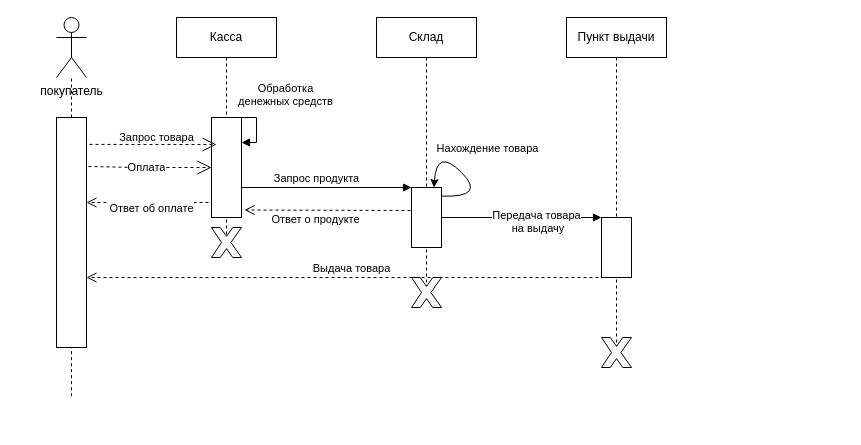
Above: pract3.drawio in Barbariks/ACMS (draw.io), before the change. Source tidied: cells renumbered, new cells numbered last; positions are measured from the earlier drawing's top-left corner, leaving out a move shared by most shapes. Both pictures are drawn from the tidied source at 100%, with x=0, y=0 at pixel (56, 17).
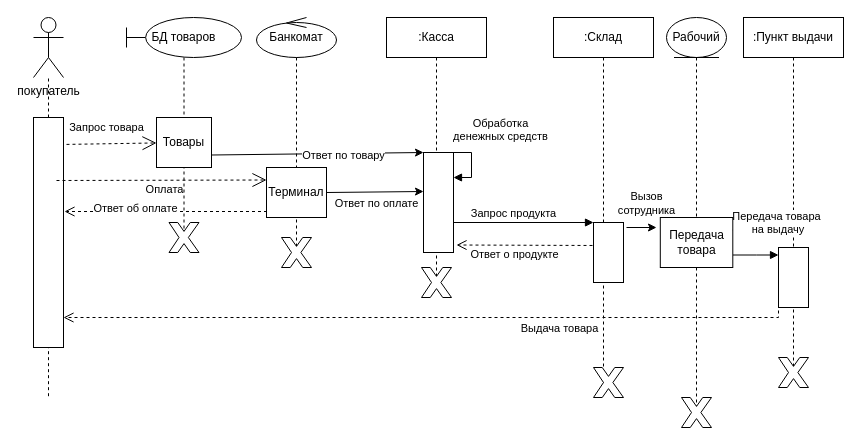
The same page after the edit.

Diff of the diagram source:
```diff
@@
     <mxCell id="2" value="покупатель" style="shape=umlActor;verticalLabelPosition=bottom;verticalAlign=top;html=1;outlineConnect=0;" parent="1" vertex="1">
-      <mxGeometry width="30" height="60" as="geometry" />
+      <mxGeometry x="-23" width="30" height="60" as="geometry" />
     </mxCell>
@@
     <mxCell id="4" style="endArrow=none;dashed=1;html=1;rounded=0;exitX=0.5;exitY=0.29;exitDx=0;exitDy=0;exitPerimeter=0;" parent="1" edge="1" target="5">
       <mxGeometry relative="1" as="geometry">
-        <mxPoint x="15" y="378.7" as="sourcePoint" />
+        <mxPoint x="-8" y="378.7" as="sourcePoint" />
       </mxGeometry>
     </mxCell>
     <mxCell id="5" style="rounded=0;whiteSpace=wrap;html=1;" parent="1" vertex="1">
-      <mxGeometry y="100" width="30" height="230" as="geometry" />
+      <mxGeometry x="-23" y="100" width="30" height="230" as="geometry" />
     </mxCell>
     <mxCell id="6" value="Обработка&lt;br&gt;денежных средств" style="html=1;verticalAlign=bottom;endArrow=block;edgeStyle=elbowEdgeStyle;elbow=vertical;curved=0;rounded=0;exitX=1;exitY=0;exitDx=0;exitDy=0;entryX=1;entryY=0.25;entryDx=0;entryDy=0;" parent="1" edge="1" source="8" target="8">
       <mxGeometry x="-0.08" y="20" relative="1" as="geometry">
         <Array as="points">
-          <mxPoint x="200" y="110" />
-          <mxPoint x="210" y="120" />
+          <mxPoint x="415" y="145" />
+          <mxPoint x="425" y="155" />
         </Array>
         <mxPoint x="9" y="-17" as="offset" />
       </mxGeometry>
     </mxCell>
-    <mxCell id="7" value="Касса" style="shape=umlLifeline;perimeter=lifelinePerimeter;whiteSpace=wrap;html=1;newEdgeStyle={&quot;edgeStyle&quot;:&quot;elbowEdgeStyle&quot;,&quot;elbow&quot;:&quot;vertical&quot;,&quot;curved&quot;:0,&quot;rounded&quot;:0};" parent="1" vertex="1">
-      <mxGeometry x="120" width="100" height="220" as="geometry" />
+    <mxCell id="7" value=":Касса" style="shape=umlLifeline;perimeter=lifelinePerimeter;whiteSpace=wrap;html=1;newEdgeStyle={&quot;edgeStyle&quot;:&quot;elbowEdgeStyle&quot;,&quot;elbow&quot;:&quot;vertical&quot;,&quot;curved&quot;:0,&quot;rounded&quot;:0};" parent="1" vertex="1">
+      <mxGeometry x="330" width="100" height="270" as="geometry" />
     </mxCell>
     <mxCell id="8" style="rounded=0;whiteSpace=wrap;html=1;" parent="1" vertex="1">
-      <mxGeometry x="155" y="100" width="30" height="100" as="geometry" />
+      <mxGeometry x="367" y="135" width="30" height="100" as="geometry" />
     </mxCell>
-    <mxCell id="9" value="Запрос товара" style="endArrow=open;endSize=12;dashed=1;html=1;rounded=0;exitX=1.1;exitY=0.117;exitDx=0;exitDy=0;exitPerimeter=0;" parent="1" edge="1" source="5">
-      <mxGeometry x="0.06" y="7" relative="1" as="geometry">
-        <mxPoint x="160" y="127" as="targetPoint" />
-      </mxGeometry>
+    <mxCell id="9" value="Запрос товара" style="endArrow=open;endSize=12;dashed=1;html=1;rounded=0;exitX=1.1;exitY=0.117;exitDx=0;exitDy=0;exitPerimeter=0;" parent="1" edge="1" source="5" target="27">
+      <mxGeometry x="-0.11" y="16" relative="1" as="geometry" />
     </mxCell>
-    <mxCell id="10" value="Оплата" style="endArrow=open;endSize=12;dashed=1;html=1;rounded=0;exitX=1.067;exitY=0.213;exitDx=0;exitDy=0;exitPerimeter=0;entryX=0;entryY=0.5;entryDx=0;entryDy=0;" parent="1" edge="1" source="5" target="8">
-      <mxGeometry x="-0.06" relative="1" as="geometry">
-        <Array as="points">
-          <mxPoint x="80" y="150" />
-        </Array>
+    <mxCell id="10" value="Оплата" style="endArrow=open;endSize=12;dashed=1;html=1;rounded=0;entryX=0;entryY=0.25;entryDx=0;entryDy=0;" parent="1" edge="1" target="28">
+      <mxGeometry x="0.03" y="-9" relative="1" as="geometry">
+        <mxPoint y="163" as="sourcePoint" />
       </mxGeometry>
     </mxCell>
-    <mxCell id="11" value="Склад" style="shape=umlLifeline;perimeter=lifelinePerimeter;whiteSpace=wrap;html=1;newEdgeStyle={&quot;edgeStyle&quot;:&quot;elbowEdgeStyle&quot;,&quot;elbow&quot;:&quot;vertical&quot;,&quot;curved&quot;:0,&quot;rounded&quot;:0};" parent="1" vertex="1">
-      <mxGeometry x="320" width="100" height="280" as="geometry" />
+    <mxCell id="11" value=":Склад" style="shape=umlLifeline;perimeter=lifelinePerimeter;whiteSpace=wrap;html=1;newEdgeStyle={&quot;edgeStyle&quot;:&quot;elbowEdgeStyle&quot;,&quot;elbow&quot;:&quot;vertical&quot;,&quot;curved&quot;:0,&quot;rounded&quot;:0};" parent="1" vertex="1">
+      <mxGeometry x="497" width="100" height="370" as="geometry" />
     </mxCell>
     <mxCell id="12" style="rounded=0;whiteSpace=wrap;html=1;" parent="1" vertex="1">
-      <mxGeometry x="355" y="170" width="30" height="60" as="geometry" />
+      <mxGeometry x="537" y="205" width="30" height="60" as="geometry" />
     </mxCell>
     <mxCell id="13" value="Запрос продукта" style="html=1;verticalAlign=bottom;endArrow=block;edgeStyle=elbowEdgeStyle;elbow=vertical;curved=0;rounded=0;exitX=1;exitY=0.5;exitDx=0;exitDy=0;entryX=0;entryY=0;entryDx=0;entryDy=0;" parent="1" edge="1" source="8" target="12">
       <mxGeometry relative="1" as="geometry">
         <Array as="points">
-          <mxPoint x="310" y="170" />
-          <mxPoint x="300" y="150" />
-          <mxPoint x="290" y="130" />
+          <mxPoint x="492" y="205" />
+          <mxPoint x="482" y="185" />
+          <mxPoint x="472" y="165" />
         </Array>
       </mxGeometry>
     </mxCell>
-    <mxCell id="14" value="Пункт выдачи" style="shape=umlLifeline;perimeter=lifelinePerimeter;whiteSpace=wrap;html=1;newEdgeStyle={&quot;edgeStyle&quot;:&quot;elbowEdgeStyle&quot;,&quot;elbow&quot;:&quot;vertical&quot;,&quot;curved&quot;:0,&quot;rounded&quot;:0};" parent="1" vertex="1">
-      <mxGeometry x="510" width="100" height="330" as="geometry" />
+    <mxCell id="14" value=":Пункт выдачи" style="shape=umlLifeline;perimeter=lifelinePerimeter;whiteSpace=wrap;html=1;newEdgeStyle={&quot;edgeStyle&quot;:&quot;elbowEdgeStyle&quot;,&quot;elbow&quot;:&quot;vertical&quot;,&quot;curved&quot;:0,&quot;rounded&quot;:0};" parent="1" vertex="1">
+      <mxGeometry x="687" width="100" height="360" as="geometry" />
     </mxCell>
     <mxCell id="15" style="rounded=0;whiteSpace=wrap;html=1;" parent="1" vertex="1">
-      <mxGeometry x="545" y="200" width="30" height="60" as="geometry" />
+      <mxGeometry x="722" y="230" width="30" height="60" as="geometry" />
     </mxCell>
-    <mxCell id="16" value="Передача товара&lt;br&gt;&amp;nbsp;на выдачу" style="html=1;verticalAlign=bottom;endArrow=block;edgeStyle=elbowEdgeStyle;elbow=vertical;curved=0;rounded=0;entryX=0;entryY=0;entryDx=0;entryDy=0;exitX=1;exitY=0.5;exitDx=0;exitDy=0;" parent="1" edge="1" source="12" target="15">
-      <mxGeometry x="0.19" y="-20" relative="1" as="geometry" />
+    <mxCell id="16" value="Передача товара&lt;br&gt;&amp;nbsp;на выдачу" style="html=1;verticalAlign=bottom;endArrow=block;edgeStyle=elbowEdgeStyle;elbow=horizontal;curved=0;rounded=0;exitX=1;exitY=0.75;exitDx=0;exitDy=0;entryX=0;entryY=0.25;entryDx=0;entryDy=0;" parent="1" edge="1" source="37">
+      <mxGeometry x="0.91" y="18" relative="1" as="geometry">
+        <mxPoint x="722" y="237.5" as="targetPoint" />
+        <Array as="points">
+          <mxPoint x="700" y="229.5" />
+        </Array>
+        <mxPoint y="1" as="offset" />
+      </mxGeometry>
     </mxCell>
     <mxCell id="17" value="Выдача товара" style="html=1;verticalAlign=bottom;endArrow=open;dashed=1;endSize=8;edgeStyle=elbowEdgeStyle;elbow=vertical;curved=0;rounded=0;exitX=0;exitY=0.75;exitDx=0;exitDy=0;" parent="1" edge="1" source="15" target="5">
-      <mxGeometry relative="1" as="geometry">
+      <mxGeometry x="-0.34" y="20" relative="1" as="geometry">
         <Array as="points">
+          <mxPoint x="470" y="300" />
           <mxPoint x="240" y="260" />
         </Array>
       </mxGeometry>
     </mxCell>
-    <mxCell id="18" value="Ответ об оплате" style="html=1;verticalAlign=bottom;endArrow=open;dashed=1;endSize=8;edgeStyle=elbowEdgeStyle;elbow=vertical;curved=0;rounded=0;exitX=0;exitY=1;exitDx=0;exitDy=0;" parent="1" edge="1" source="8">
-      <mxGeometry x="0.07" y="15" relative="1" as="geometry">
-        <mxPoint x="30" y="185" as="targetPoint" />
+    <mxCell id="18" value="Ответ об оплате" style="html=1;verticalAlign=bottom;endArrow=open;dashed=1;endSize=8;edgeStyle=elbowEdgeStyle;elbow=vertical;curved=0;rounded=0;exitX=0;exitY=0.75;exitDx=0;exitDy=0;entryX=1.033;entryY=0.409;entryDx=0;entryDy=0;entryPerimeter=0;" parent="1" edge="1" source="28" target="5">
+      <mxGeometry x="0.33" y="6" relative="1" as="geometry">
         <Array as="points">
+          <mxPoint x="100" y="194" />
           <mxPoint x="100" y="185" />
         </Array>
+        <mxPoint x="1" as="offset" />
       </mxGeometry>
     </mxCell>
-    <mxCell id="19" style="verticalLabelPosition=bottom;verticalAlign=top;html=1;shape=mxgraph.basic.x;" parent="1" vertex="1">
-      <mxGeometry x="545" y="320" width="30" height="30" as="geometry" />
-    </mxCell>
     <mxCell id="20" value="Ответ о продукте" style="html=1;verticalAlign=bottom;endArrow=open;dashed=1;endSize=8;edgeStyle=elbowEdgeStyle;elbow=vertical;curved=0;rounded=0;exitX=-0.033;exitY=0.383;exitDx=0;exitDy=0;exitPerimeter=0;entryX=1.1;entryY=0.92;entryDx=0;entryDy=0;entryPerimeter=0;" parent="1" edge="1" source="12" target="8">
       <mxGeometry x="0.14" y="18" relative="1" as="geometry">
         <Array as="points">
-          <mxPoint x="270" y="192.5" />
+          <mxPoint x="452" y="227.5" />
         </Array>
       </mxGeometry>
     </mxCell>
-    <mxCell id="21" style="curved=1;endArrow=classic;html=1;rounded=0;exitX=1.019;exitY=0.144;exitDx=0;exitDy=0;exitPerimeter=0;entryX=0.75;entryY=0;entryDx=0;entryDy=0;" parent="1" edge="1" source="12" target="12">
-      <mxGeometry relative="1" as="geometry">
-        <Array as="points">
-          <mxPoint x="430" y="180" />
-          <mxPoint x="380" y="130" />
-        </Array>
-      </mxGeometry>
-    </mxCell>
-    <mxCell id="22" value="Нахождение товара" style="edgeLabel;html=1;align=center;verticalAlign=middle;" parent="21" vertex="1">
-      <mxGeometry x="0.04" relative="1" as="geometry">
-        <mxPoint x="26" y="-24" as="offset" />
-      </mxGeometry>
-    </mxCell>
     <mxCell id="23" style="verticalLabelPosition=bottom;verticalAlign=top;html=1;shape=mxgraph.basic.x;" parent="1" vertex="1">
-      <mxGeometry x="155" y="210" width="30" height="30" as="geometry" />
+      <mxGeometry x="365" y="250" width="30" height="30" as="geometry" />
     </mxCell>
-    <mxCell id="24" style="verticalLabelPosition=bottom;verticalAlign=top;html=1;shape=mxgraph.basic.x;" parent="1" vertex="1">
-      <mxGeometry x="355" y="260" width="30" height="30" as="geometry" />
-    </mxCell>
+    <mxCell id="25" value="Банкомат" style="shape=umlLifeline;perimeter=lifelinePerimeter;whiteSpace=wrap;html=1;newEdgeStyle={&quot;edgeStyle&quot;:&quot;elbowEdgeStyle&quot;,&quot;elbow&quot;:&quot;vertical&quot;,&quot;curved&quot;:0,&quot;rounded&quot;:0};participant=umlControl;" parent="1" vertex="1">
+      <mxGeometry x="200" width="80" height="230" as="geometry" />
+    </mxCell>
+    <mxCell id="26" value="БД товаров" style="shape=umlLifeline;perimeter=lifelinePerimeter;whiteSpace=wrap;html=1;newEdgeStyle={&quot;edgeStyle&quot;:&quot;elbowEdgeStyle&quot;,&quot;elbow&quot;:&quot;vertical&quot;,&quot;curved&quot;:0,&quot;rounded&quot;:0};participant=umlBoundary;" parent="1" vertex="1">
+      <mxGeometry x="70" width="115" height="220" as="geometry" />
+    </mxCell>
+    <mxCell id="27" value="Товары" style="html=1;whiteSpace=wrap;" parent="26" vertex="1">
+      <mxGeometry x="30" y="100" width="55" height="50" as="geometry" />
+    </mxCell>
+    <mxCell id="28" value="Терминал" style="html=1;whiteSpace=wrap;" parent="1" vertex="1">
+      <mxGeometry x="210" y="150" width="60" height="50" as="geometry" />
+    </mxCell>
+    <mxCell id="29" style="endArrow=classic;html=1;rounded=0;entryX=0;entryY=0;entryDx=0;entryDy=0;exitX=1;exitY=0.75;exitDx=0;exitDy=0;" parent="1" edge="1" source="27" target="8">
+      <mxGeometry relative="1" as="geometry" />
+    </mxCell>
+    <mxCell id="30" value="Ответ по товару" style="edgeLabel;html=1;align=center;verticalAlign=middle;" parent="29" vertex="1">
+      <mxGeometry x="0.24" y="-2" relative="1" as="geometry" />
+    </mxCell>
+    <mxCell id="31" style="endArrow=classic;html=1;rounded=0;entryX=0;entryY=0.39;entryDx=0;entryDy=0;entryPerimeter=0;exitX=1;exitY=0.5;exitDx=0;exitDy=0;" parent="1" edge="1" source="28" target="8">
+      <mxGeometry relative="1" as="geometry" />
+    </mxCell>
+    <mxCell id="32" value="Ответ по оплате" style="edgeLabel;html=1;align=center;verticalAlign=middle;" parent="31" vertex="1">
+      <mxGeometry x="0.34" relative="1" as="geometry">
+        <mxPoint x="-15" y="11" as="offset" />
+      </mxGeometry>
+    </mxCell>
+    <mxCell id="33" value="Рабочий" style="shape=umlLifeline;perimeter=lifelinePerimeter;whiteSpace=wrap;html=1;outlineConnect=0;portConstraint=eastwest;newEdgeStyle={&quot;edgeStyle&quot;:&quot;elbowEdgeStyle&quot;,&quot;elbow&quot;:&quot;vertical&quot;,&quot;curved&quot;:0,&quot;rounded&quot;:0};participant=umlEntity;" parent="1" vertex="1">
+      <mxGeometry x="610" width="60" height="390" as="geometry" />
+    </mxCell>
+    <mxCell id="34" style="endArrow=classic;html=1;rounded=0;exitX=1;exitY=0.25;exitDx=0;exitDy=0;" parent="1" edge="1" source="37" target="33">
+      <mxGeometry relative="1" as="geometry" />
+    </mxCell>
+    <mxCell id="35" style="endArrow=classic;html=1;rounded=0;" parent="1" edge="1">
+      <mxGeometry relative="1" as="geometry">
+        <mxPoint x="570" y="210" as="sourcePoint" />
+        <mxPoint x="600" y="210" as="targetPoint" />
+      </mxGeometry>
+    </mxCell>
+    <mxCell id="36" value="Вызов &lt;br&gt;сотрудника" style="edgeLabel;html=1;align=center;verticalAlign=middle;" parent="35" vertex="1">
+      <mxGeometry x="-0.2" y="4" relative="1" as="geometry">
+        <mxPoint x="7" y="-21" as="offset" />
+      </mxGeometry>
+    </mxCell>
+    <mxCell id="37" value="Передача&lt;br&gt;товара" style="html=1;whiteSpace=wrap;" parent="1" vertex="1">
+      <mxGeometry x="603.8" y="200" width="72.5" height="50" as="geometry" />
+    </mxCell>
+    <mxCell id="38" style="verticalLabelPosition=bottom;verticalAlign=top;html=1;shape=mxgraph.basic.x;" parent="1" vertex="1">
+      <mxGeometry x="625" y="380" width="30" height="30" as="geometry" />
+    </mxCell>
+    <mxCell id="39" style="verticalLabelPosition=bottom;verticalAlign=top;html=1;shape=mxgraph.basic.x;" parent="1" vertex="1">
+      <mxGeometry x="112.5" y="205" width="30" height="30" as="geometry" />
+    </mxCell>
+    <mxCell id="40" style="verticalLabelPosition=bottom;verticalAlign=top;html=1;shape=mxgraph.basic.x;" parent="1" vertex="1">
+      <mxGeometry x="722" y="340" width="30" height="30" as="geometry" />
+    </mxCell>
+    <mxCell id="41" style="verticalLabelPosition=bottom;verticalAlign=top;html=1;shape=mxgraph.basic.x;" parent="1" vertex="1">
+      <mxGeometry x="537" y="350" width="30" height="30" as="geometry" />
+    </mxCell>
+    <mxCell id="42" style="verticalLabelPosition=bottom;verticalAlign=top;html=1;shape=mxgraph.basic.x;" parent="1" vertex="1">
+      <mxGeometry x="225" y="220" width="30" height="30" as="geometry" />
+    </mxCell>
```
